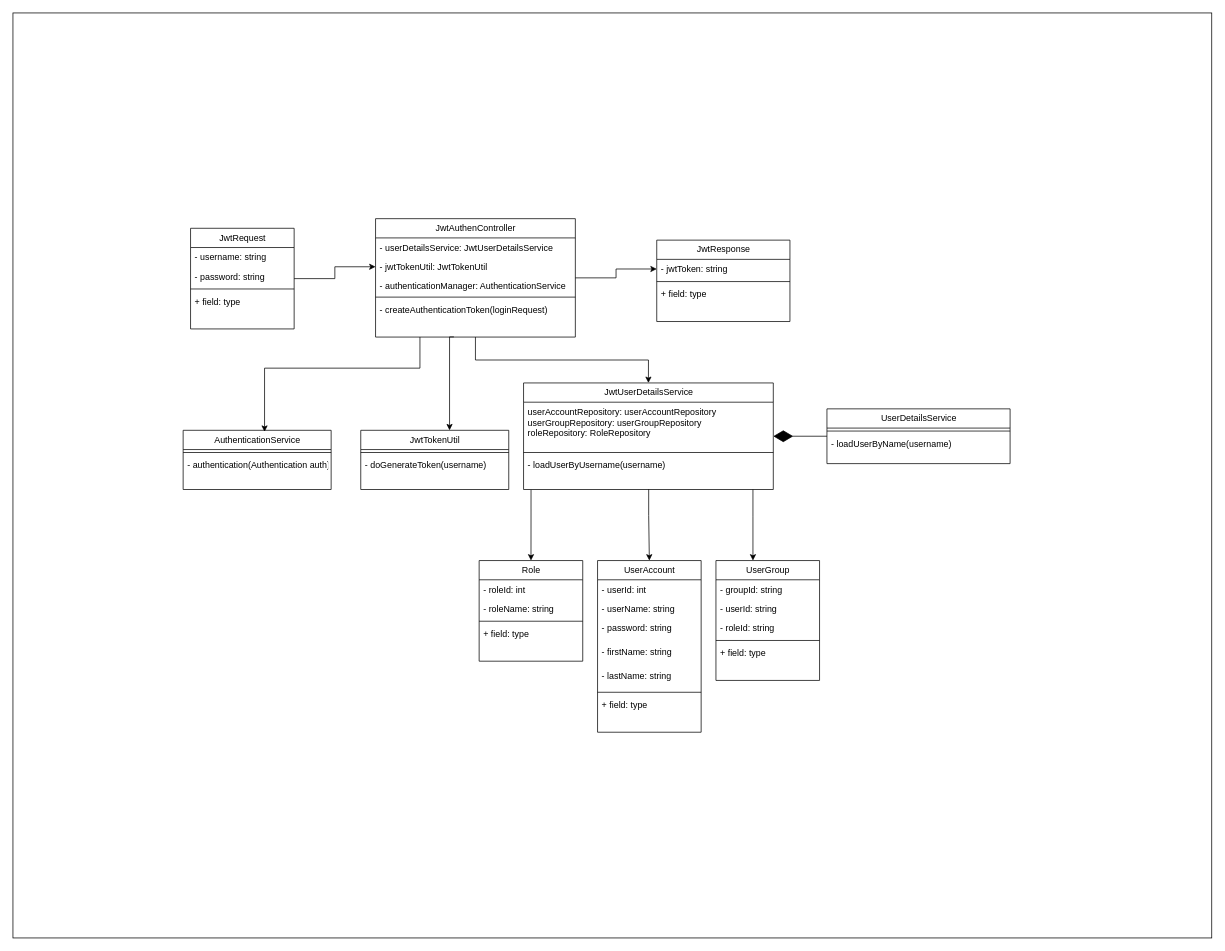
Above: page "ClassDiagramLogin" (5 of 9) of Doc/Untitled Diagram.drawio in SWD392/SmallQuiz (draw.io), before the change. Source tidied: cells renumbered, new cells numbered last; positions are measured from the earlier drawing's top-left corner, leaving out a move shared by most shapes. Both pictures are drawn from the tidied source at 74%, with x=0, y=0 at pixel (13, 13).
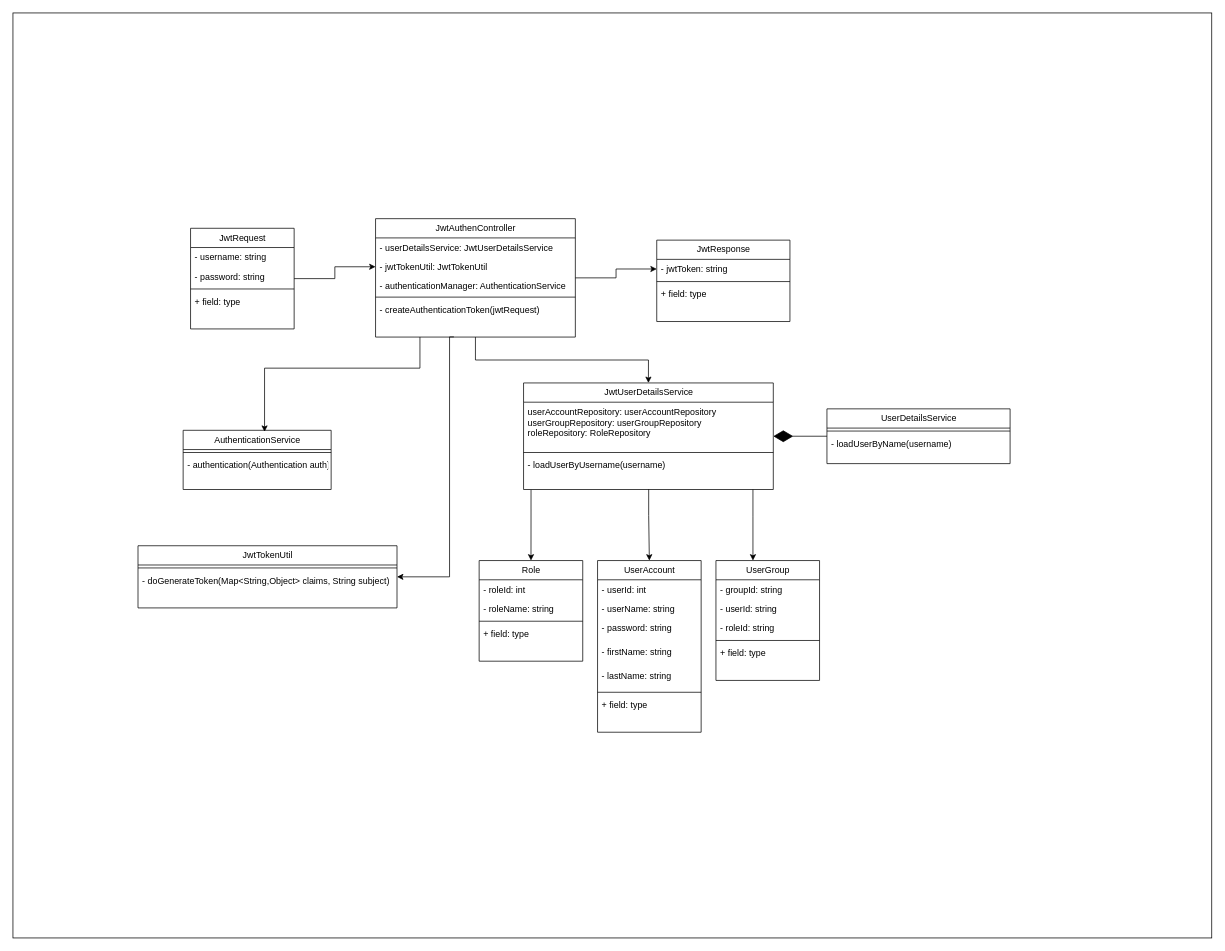
The same diagram, later.

Commit message (it also covers changes not shown here):
Cập nhật Untitled Diagram.drawio

Unchanged cells that the change refers to:
```xml
<mxCell id="11" value="JwtAuthenController" style="swimlane;fontStyle=0;horizontal=1;startSize=26;fillColor=none;rounded=0;strokeColor=default;fontFamily=Helvetica;fontSize=12;fontColor=default;html=1;" parent="1" vertex="1">
  <mxGeometry x="490" y="278" width="270" height="160" as="geometry" />
</mxCell>
```

Diff of the diagram source:
```diff
@@
-    <mxCell id="16" value="- createAuthenticationToken(loginRequest)&#10;" style="text;strokeColor=none;fillColor=none;align=left;verticalAlign=top;spacingLeft=4;spacingRight=4;overflow=hidden;points=[[0,0.5],[1,0.5]];portConstraint=eastwest;fontSize=12;fontFamily=Helvetica;fontColor=default;" parent="11" vertex="1">
+    <mxCell id="16" value="- createAuthenticationToken(jwtRequest)&#10;" style="text;strokeColor=none;fillColor=none;align=left;verticalAlign=top;spacingLeft=4;spacingRight=4;overflow=hidden;points=[[0,0.5],[1,0.5]];portConstraint=eastwest;fontSize=12;fontFamily=Helvetica;fontColor=default;" parent="11" vertex="1">
       <mxGeometry y="110" width="270" height="50" as="geometry" />
     </mxCell>
@@
     <mxCell id="51" value="JwtTokenUtil" style="swimlane;fontStyle=0;horizontal=1;startSize=26;fillColor=none;rounded=0;strokeColor=default;fontFamily=Helvetica;fontSize=12;fontColor=default;html=1;" parent="1" vertex="1">
-      <mxGeometry x="470" y="564" width="200" height="80" as="geometry" />
+      <mxGeometry x="169" y="720" width="350" height="84" as="geometry" />
     </mxCell>
     <mxCell id="52" style="line;strokeWidth=1;fillColor=none;align=left;verticalAlign=middle;spacingTop=-1;spacingLeft=3;spacingRight=3;labelPosition=right;strokeColor=inherit;rounded=0;fontFamily=Helvetica;fontSize=12;fontColor=default;html=1;" parent="51" vertex="1">
-      <mxGeometry y="26" width="200" height="8" as="geometry" />
+      <mxGeometry y="26" width="350" height="8" as="geometry" />
     </mxCell>
-    <mxCell id="53" value="- doGenerateToken(username)&#10;" style="text;strokeColor=none;fillColor=none;align=left;verticalAlign=top;spacingLeft=4;spacingRight=4;overflow=hidden;fontSize=12;fontFamily=Helvetica;fontColor=default;" parent="51" vertex="1">
-      <mxGeometry y="34" width="200" height="46" as="geometry" />
+    <mxCell id="53" value="- doGenerateToken(Map&lt;String,Object&gt; claims, String subject)&#10;" style="text;strokeColor=none;fillColor=none;align=left;verticalAlign=top;spacingLeft=4;spacingRight=4;overflow=hidden;fontSize=12;fontFamily=Helvetica;fontColor=default;" parent="51" vertex="1">
+      <mxGeometry y="34" width="350" height="50" as="geometry" />
     </mxCell>
```
